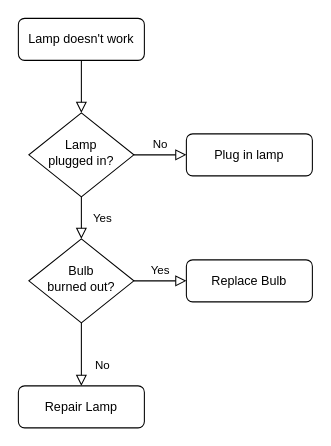
This is source/_posts/Untitled Diagram.drawio from xiajunyi/xiajunyi.github.io, a draw.io file, before an edit. Source tidied: cells renumbered, new cells numbered last; positions are measured from the earlier drawing's top-left corner, leaving out a move shared by most shapes. Both pictures are drawn from the tidied source at 105%, with x=0, y=0 at pixel (18, 18).
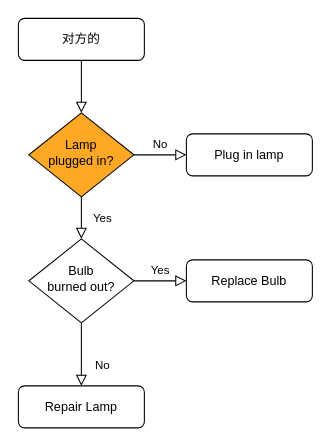
The same page after the edit.

Change to the diagram source:
```diff
@@
 <mxGraphModel>
   <root>
     <mxCell id="0" />
     <mxCell id="1" parent="0" />
     <mxCell id="2" style="rounded=0;html=1;jettySize=auto;fontSize=11;endArrow=block;endFill=0;endSize=8;strokeWidth=1;shadow=0;labelBackgroundColor=none;edgeStyle=orthogonalEdgeStyle;" parent="1" edge="1" source="3" target="6">
       <mxGeometry relative="1" as="geometry" />
     </mxCell>
-    <mxCell id="3" value="Lamp doesn't work" style="rounded=1;whiteSpace=wrap;html=1;fontSize=12;glass=0;strokeWidth=1;shadow=0;" parent="1" vertex="1">
+    <mxCell id="3" value="对方的" style="rounded=1;whiteSpace=wrap;html=1;fontSize=12;glass=0;strokeWidth=1;shadow=0;" parent="1" vertex="1">
       <mxGeometry width="120" height="40" as="geometry" />
     </mxCell>
     <mxCell id="4" value="Yes" style="rounded=0;html=1;jettySize=auto;fontSize=11;endArrow=block;endFill=0;endSize=8;strokeWidth=1;shadow=0;labelBackgroundColor=none;edgeStyle=orthogonalEdgeStyle;" parent="1" edge="1" source="6" target="10">
       <mxGeometry y="20" relative="1" as="geometry" />
     </mxCell>
     <mxCell id="5" value="No" style="edgeStyle=orthogonalEdgeStyle;rounded=0;html=1;jettySize=auto;fontSize=11;endArrow=block;endFill=0;endSize=8;strokeWidth=1;shadow=0;labelBackgroundColor=none;" parent="1" edge="1" source="6" target="7">
       <mxGeometry y="10" relative="1" as="geometry" />
     </mxCell>
-    <mxCell id="6" value="Lamp&lt;br&gt;plugged in?" style="rhombus;whiteSpace=wrap;html=1;shadow=0;fontFamily=Helvetica;fontSize=12;align=center;strokeWidth=1;spacing=6;spacingTop=-4;" parent="1" vertex="1">
+    <mxCell id="6" value="Lamp&lt;br&gt;plugged in?" style="rhombus;whiteSpace=wrap;html=1;shadow=0;fontFamily=Helvetica;fontSize=12;align=center;strokeWidth=1;spacing=6;spacingTop=-4;fillColor=#FFA826;" parent="1" vertex="1">
       <mxGeometry x="10" y="90" width="100" height="80" as="geometry" />
     </mxCell>
     <mxCell id="7" value="Plug in lamp" style="rounded=1;whiteSpace=wrap;html=1;fontSize=12;glass=0;strokeWidth=1;shadow=0;" parent="1" vertex="1">
       <mxGeometry x="160" y="110" width="120" height="40" as="geometry" />
     </mxCell>
     <mxCell id="8" value="No" style="rounded=0;html=1;jettySize=auto;fontSize=11;endArrow=block;endFill=0;endSize=8;strokeWidth=1;shadow=0;labelBackgroundColor=none;edgeStyle=orthogonalEdgeStyle;" parent="1" edge="1" source="10" target="11">
       <mxGeometry x="0.33" y="20" relative="1" as="geometry" />
     </mxCell>
     <mxCell id="9" value="Yes" style="edgeStyle=orthogonalEdgeStyle;rounded=0;html=1;jettySize=auto;fontSize=11;endArrow=block;endFill=0;endSize=8;strokeWidth=1;shadow=0;labelBackgroundColor=none;" parent="1" edge="1" source="10" target="12">
       <mxGeometry y="10" relative="1" as="geometry" />
     </mxCell>
     <mxCell id="10" value="Bulb&lt;br&gt;burned out?" style="rhombus;whiteSpace=wrap;html=1;shadow=0;fontFamily=Helvetica;fontSize=12;align=center;strokeWidth=1;spacing=6;spacingTop=-4;" parent="1" vertex="1">
       <mxGeometry x="10" y="210" width="100" height="80" as="geometry" />
     </mxCell>
     <mxCell id="11" value="Repair Lamp" style="rounded=1;whiteSpace=wrap;html=1;fontSize=12;glass=0;strokeWidth=1;shadow=0;" parent="1" vertex="1">
       <mxGeometry y="350" width="120" height="40" as="geometry" />
     </mxCell>
     <mxCell id="12" value="Replace Bulb" style="rounded=1;whiteSpace=wrap;html=1;fontSize=12;glass=0;strokeWidth=1;shadow=0;" parent="1" vertex="1">
       <mxGeometry x="160" y="230" width="120" height="40" as="geometry" />
     </mxCell>
   </root>
 </mxGraphModel>
```
